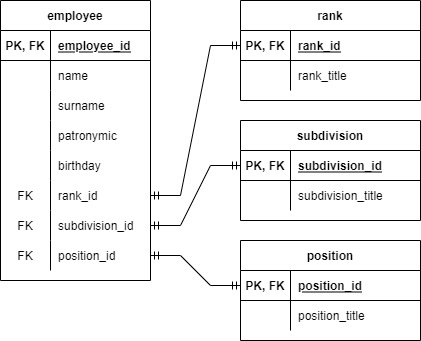
Before: Epic_1.drawio.png, a diagram exported from draw.io (Dyskop/rescue-hr). Source tidied: cells renumbered, new cells last; positions are measured from the earlier drawing's top-left corner, leaving out a move shared by most shapes. Source of this version:
```xml
<mxGraphModel>
  <root>
    <mxCell id="0" />
    <mxCell id="1" parent="0" />
    <mxCell id="2" value="employee" style="shape=table;startSize=30;rowLines=0;fontStyle=1;align=center;" parent="1" vertex="1">
      <mxGeometry width="150" height="280" as="geometry" />
    </mxCell>
    <mxCell id="3" style="shape=tableRow;horizontal=0;startSize=0;swimlaneHead=0;swimlaneBody=0;fillColor=none;top=0;left=0;right=0;bottom=1;" parent="2" vertex="1">
      <mxGeometry y="30" width="150" height="30" as="geometry" />
    </mxCell>
    <mxCell id="4" value="PK, FK" style="shape=partialRectangle;fillColor=none;top=0;left=0;bottom=0;right=0;fontStyle=1;overflow=hidden;" parent="3" vertex="1">
      <mxGeometry width="50" height="30" as="geometry" />
    </mxCell>
    <mxCell id="5" value="employee_id" style="shape=partialRectangle;fillColor=none;top=0;left=0;bottom=0;right=0;align=left;spacingLeft=6;fontStyle=5;overflow=hidden;" parent="3" vertex="1">
      <mxGeometry x="50" width="100" height="30" as="geometry" />
    </mxCell>
    <mxCell id="6" style="shape=tableRow;horizontal=0;startSize=0;swimlaneHead=0;swimlaneBody=0;fillColor=none;top=0;left=0;right=0;bottom=0;" parent="2" vertex="1">
      <mxGeometry y="60" width="150" height="30" as="geometry" />
    </mxCell>
    <mxCell id="7" style="shape=partialRectangle;fillColor=none;top=0;left=0;bottom=0;right=0;overflow=hidden;" parent="6" vertex="1">
      <mxGeometry width="50" height="30" as="geometry" />
    </mxCell>
    <mxCell id="8" value="name" style="shape=partialRectangle;fillColor=none;top=0;left=0;bottom=0;right=0;align=left;spacingLeft=6;overflow=hidden;" parent="6" vertex="1">
      <mxGeometry x="50" width="100" height="30" as="geometry" />
    </mxCell>
    <mxCell id="9" style="shape=tableRow;horizontal=0;startSize=0;swimlaneHead=0;swimlaneBody=0;fillColor=none;top=0;left=0;right=0;bottom=0;" parent="2" vertex="1">
      <mxGeometry y="90" width="150" height="30" as="geometry" />
    </mxCell>
    <mxCell id="10" style="shape=partialRectangle;fillColor=none;top=0;left=0;bottom=0;right=0;overflow=hidden;" parent="9" vertex="1">
      <mxGeometry width="50" height="30" as="geometry" />
    </mxCell>
    <mxCell id="11" value="surname" style="shape=partialRectangle;fillColor=none;top=0;left=0;bottom=0;right=0;align=left;spacingLeft=6;overflow=hidden;" parent="9" vertex="1">
      <mxGeometry x="50" width="100" height="30" as="geometry" />
    </mxCell>
    <mxCell id="12" style="shape=tableRow;horizontal=0;startSize=0;swimlaneHead=0;swimlaneBody=0;fillColor=none;top=0;left=0;right=0;bottom=0;" parent="2" vertex="1">
      <mxGeometry y="120" width="150" height="30" as="geometry" />
    </mxCell>
    <mxCell id="13" style="shape=partialRectangle;fillColor=none;top=0;left=0;bottom=0;right=0;overflow=hidden;" parent="12" vertex="1">
      <mxGeometry width="50" height="30" as="geometry" />
    </mxCell>
    <mxCell id="14" value="patronymic" style="shape=partialRectangle;fillColor=none;top=0;left=0;bottom=0;right=0;align=left;spacingLeft=6;overflow=hidden;" parent="12" vertex="1">
      <mxGeometry x="50" width="100" height="30" as="geometry" />
    </mxCell>
    <mxCell id="15" style="shape=tableRow;horizontal=0;startSize=0;swimlaneHead=0;swimlaneBody=0;fillColor=none;top=0;left=0;right=0;bottom=0;" parent="2" vertex="1">
      <mxGeometry y="150" width="150" height="30" as="geometry" />
    </mxCell>
    <mxCell id="16" style="shape=partialRectangle;fillColor=none;top=0;left=0;bottom=0;right=0;overflow=hidden;" parent="15" vertex="1">
      <mxGeometry width="50" height="30" as="geometry" />
    </mxCell>
    <mxCell id="17" value="birthday" style="shape=partialRectangle;fillColor=none;top=0;left=0;bottom=0;right=0;align=left;spacingLeft=6;overflow=hidden;" parent="15" vertex="1">
      <mxGeometry x="50" width="100" height="30" as="geometry" />
    </mxCell>
    <mxCell id="18" style="shape=tableRow;horizontal=0;startSize=0;swimlaneHead=0;swimlaneBody=0;fillColor=none;points=[[0,0.5],[1,0.5]];portConstraint=eastwest;top=0;left=0;right=0;bottom=0;" parent="2" vertex="1">
      <mxGeometry y="180" width="150" height="30" as="geometry" />
    </mxCell>
    <mxCell id="19" value="FK" style="shape=partialRectangle;fillColor=none;top=0;left=0;bottom=0;right=0;overflow=hidden;" parent="18" vertex="1">
      <mxGeometry width="50" height="30" as="geometry" />
    </mxCell>
    <mxCell id="20" value="rank_id" style="shape=partialRectangle;fillColor=none;top=0;left=0;bottom=0;right=0;align=left;spacingLeft=6;overflow=hidden;" parent="18" vertex="1">
      <mxGeometry x="50" width="100" height="30" as="geometry" />
    </mxCell>
    <mxCell id="21" style="shape=tableRow;horizontal=0;startSize=0;swimlaneHead=0;swimlaneBody=0;fillColor=none;points=[[0,0.5],[1,0.5]];portConstraint=eastwest;top=0;left=0;right=0;bottom=0;" parent="2" vertex="1">
      <mxGeometry y="210" width="150" height="30" as="geometry" />
    </mxCell>
    <mxCell id="22" value="FK" style="shape=partialRectangle;fillColor=none;top=0;left=0;bottom=0;right=0;overflow=hidden;" parent="21" vertex="1">
      <mxGeometry width="50" height="30" as="geometry" />
    </mxCell>
    <mxCell id="23" value="subdivision_id" style="shape=partialRectangle;fillColor=none;top=0;left=0;bottom=0;right=0;align=left;spacingLeft=6;overflow=hidden;" parent="21" vertex="1">
      <mxGeometry x="50" width="100" height="30" as="geometry" />
    </mxCell>
    <mxCell id="24" style="shape=tableRow;horizontal=0;startSize=0;swimlaneHead=0;swimlaneBody=0;fillColor=none;points=[[0,0.5],[1,0.5]];portConstraint=eastwest;top=0;left=0;right=0;bottom=0;" parent="2" vertex="1">
      <mxGeometry y="240" width="150" height="30" as="geometry" />
    </mxCell>
    <mxCell id="25" value="FK" style="shape=partialRectangle;fillColor=none;top=0;left=0;bottom=0;right=0;overflow=hidden;" parent="24" vertex="1">
      <mxGeometry width="50" height="30" as="geometry" />
    </mxCell>
    <mxCell id="26" value="position_id" style="shape=partialRectangle;fillColor=none;top=0;left=0;bottom=0;right=0;align=left;spacingLeft=6;overflow=hidden;" parent="24" vertex="1">
      <mxGeometry x="50" width="100" height="30" as="geometry" />
    </mxCell>
    <mxCell id="27" value="rank" style="shape=table;startSize=30;rowLines=0;fontStyle=1;align=center;" parent="1" vertex="1">
      <mxGeometry x="240" width="180" height="100" as="geometry" />
    </mxCell>
    <mxCell id="28" style="shape=tableRow;horizontal=0;startSize=0;swimlaneHead=0;swimlaneBody=0;fillColor=none;points=[[0,0.5],[1,0.5]];portConstraint=eastwest;top=0;left=0;right=0;bottom=1;" parent="27" vertex="1">
      <mxGeometry y="30" width="180" height="30" as="geometry" />
    </mxCell>
    <mxCell id="29" value="PK, FK" style="shape=partialRectangle;fillColor=none;top=0;left=0;bottom=0;right=0;fontStyle=1;overflow=hidden;" parent="28" vertex="1">
      <mxGeometry width="50" height="30" as="geometry" />
    </mxCell>
    <mxCell id="30" value="rank_id" style="shape=partialRectangle;fillColor=none;top=0;left=0;bottom=0;right=0;align=left;spacingLeft=6;fontStyle=5;overflow=hidden;" parent="28" vertex="1">
      <mxGeometry x="50" width="130" height="30" as="geometry" />
    </mxCell>
    <mxCell id="31" style="shape=tableRow;horizontal=0;startSize=0;swimlaneHead=0;swimlaneBody=0;fillColor=none;top=0;left=0;right=0;bottom=0;" parent="27" vertex="1">
      <mxGeometry y="60" width="180" height="30" as="geometry" />
    </mxCell>
    <mxCell id="32" style="shape=partialRectangle;fillColor=none;top=0;left=0;bottom=0;right=0;overflow=hidden;" parent="31" vertex="1">
      <mxGeometry width="50" height="30" as="geometry" />
    </mxCell>
    <mxCell id="33" value="rank_title" style="shape=partialRectangle;fillColor=none;top=0;left=0;bottom=0;right=0;align=left;spacingLeft=6;overflow=hidden;" parent="31" vertex="1">
      <mxGeometry x="50" width="130" height="30" as="geometry" />
    </mxCell>
    <mxCell id="34" value="subdivision" style="shape=table;startSize=30;rowLines=0;fontStyle=1;align=center;" parent="1" vertex="1">
      <mxGeometry x="240" y="120" width="180" height="100" as="geometry" />
    </mxCell>
    <mxCell id="35" style="shape=tableRow;horizontal=0;startSize=0;swimlaneHead=0;swimlaneBody=0;fillColor=none;points=[[0,0.5],[1,0.5]];portConstraint=eastwest;top=0;left=0;right=0;bottom=1;" parent="34" vertex="1">
      <mxGeometry y="30" width="180" height="30" as="geometry" />
    </mxCell>
    <mxCell id="36" value="PK, FK" style="shape=partialRectangle;fillColor=none;top=0;left=0;bottom=0;right=0;fontStyle=1;overflow=hidden;" parent="35" vertex="1">
      <mxGeometry width="50" height="30" as="geometry" />
    </mxCell>
    <mxCell id="37" value="subdivision_id" style="shape=partialRectangle;fillColor=none;top=0;left=0;bottom=0;right=0;align=left;spacingLeft=6;fontStyle=5;overflow=hidden;" parent="35" vertex="1">
      <mxGeometry x="50" width="130" height="30" as="geometry" />
    </mxCell>
    <mxCell id="38" style="shape=tableRow;horizontal=0;startSize=0;swimlaneHead=0;swimlaneBody=0;fillColor=none;top=0;left=0;right=0;bottom=0;" parent="34" vertex="1">
      <mxGeometry y="60" width="180" height="30" as="geometry" />
    </mxCell>
    <mxCell id="39" style="shape=partialRectangle;fillColor=none;top=0;left=0;bottom=0;right=0;overflow=hidden;" parent="38" vertex="1">
      <mxGeometry width="50" height="30" as="geometry" />
    </mxCell>
    <mxCell id="40" value="subdivision_title" style="shape=partialRectangle;fillColor=none;top=0;left=0;bottom=0;right=0;align=left;spacingLeft=6;overflow=hidden;" parent="38" vertex="1">
      <mxGeometry x="50" width="130" height="30" as="geometry" />
    </mxCell>
    <mxCell id="41" value="position" style="shape=table;startSize=30;rowLines=0;fontStyle=1;align=center;" parent="1" vertex="1">
      <mxGeometry x="240" y="240" width="180" height="100" as="geometry" />
    </mxCell>
    <mxCell id="42" style="shape=tableRow;horizontal=0;startSize=0;swimlaneHead=0;swimlaneBody=0;fillColor=none;points=[[0,0.5],[1,0.5]];portConstraint=eastwest;top=0;left=0;right=0;bottom=1;" parent="41" vertex="1">
      <mxGeometry y="30" width="180" height="30" as="geometry" />
    </mxCell>
    <mxCell id="43" value="PK, FK" style="shape=partialRectangle;fillColor=none;top=0;left=0;bottom=0;right=0;fontStyle=1;overflow=hidden;" parent="42" vertex="1">
      <mxGeometry width="50" height="30" as="geometry" />
    </mxCell>
    <mxCell id="44" value="position_id" style="shape=partialRectangle;fillColor=none;top=0;left=0;bottom=0;right=0;align=left;spacingLeft=6;fontStyle=5;overflow=hidden;" parent="42" vertex="1">
      <mxGeometry x="50" width="130" height="30" as="geometry" />
    </mxCell>
    <mxCell id="45" style="shape=tableRow;horizontal=0;startSize=0;swimlaneHead=0;swimlaneBody=0;fillColor=none;top=0;left=0;right=0;bottom=0;" parent="41" vertex="1">
      <mxGeometry y="60" width="180" height="30" as="geometry" />
    </mxCell>
    <mxCell id="46" style="shape=partialRectangle;fillColor=none;top=0;left=0;bottom=0;right=0;overflow=hidden;" parent="45" vertex="1">
      <mxGeometry width="50" height="30" as="geometry" />
    </mxCell>
    <mxCell id="47" value="position_title" style="shape=partialRectangle;fillColor=none;top=0;left=0;bottom=0;right=0;align=left;spacingLeft=6;overflow=hidden;" parent="45" vertex="1">
      <mxGeometry x="50" width="130" height="30" as="geometry" />
    </mxCell>
    <mxCell id="48" style="edgeStyle=entityRelationEdgeStyle;fontSize=12;html=1;endArrow=ERmandOne;startArrow=ERmandOne;rounded=0;entryX=0;entryY=0.5;entryDx=0;entryDy=0;exitX=1;exitY=0.5;exitDx=0;exitDy=0;" parent="1" edge="1" source="18" target="28">
      <mxGeometry relative="1" as="geometry" />
    </mxCell>
    <mxCell id="49" style="edgeStyle=entityRelationEdgeStyle;fontSize=12;html=1;endArrow=ERmandOne;startArrow=ERmandOne;rounded=0;entryX=0;entryY=0.5;entryDx=0;entryDy=0;exitX=1;exitY=0.5;exitDx=0;exitDy=0;" parent="1" edge="1" source="21" target="35">
      <mxGeometry relative="1" as="geometry" />
    </mxCell>
    <mxCell id="50" style="edgeStyle=entityRelationEdgeStyle;fontSize=12;html=1;endArrow=ERmandOne;startArrow=ERmandOne;rounded=0;exitX=1;exitY=0.5;exitDx=0;exitDy=0;entryX=0;entryY=0.5;entryDx=0;entryDy=0;" parent="1" edge="1" source="24" target="42">
      <mxGeometry relative="1" as="geometry" />
    </mxCell>
  </root>
</mxGraphModel>
```
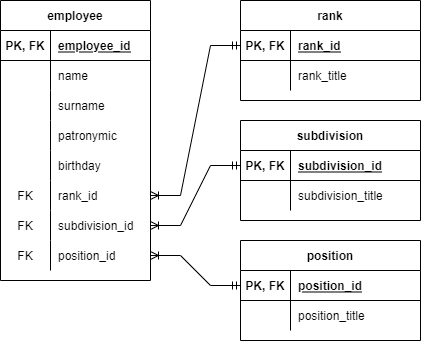
Above is the later version.

What changed in the source:
```diff
@@ -140,13 +140,13 @@
     <mxCell id="47" value="position_title" style="shape=partialRectangle;fillColor=none;top=0;left=0;bottom=0;right=0;align=left;spacingLeft=6;overflow=hidden;" parent="45" vertex="1">
       <mxGeometry x="50" width="130" height="30" as="geometry" />
     </mxCell>
-    <mxCell id="48" style="edgeStyle=entityRelationEdgeStyle;fontSize=12;html=1;endArrow=ERmandOne;startArrow=ERmandOne;rounded=0;entryX=0;entryY=0.5;entryDx=0;entryDy=0;exitX=1;exitY=0.5;exitDx=0;exitDy=0;" parent="1" edge="1" source="18" target="28">
+    <mxCell id="48" style="edgeStyle=entityRelationEdgeStyle;fontSize=12;html=1;endArrow=ERmandOne;startArrow=ERoneToMany;rounded=0;entryX=0;entryY=0.5;entryDx=0;entryDy=0;exitX=1;exitY=0.5;exitDx=0;exitDy=0;startFill=0;" parent="1" edge="1" source="18" target="28">
       <mxGeometry relative="1" as="geometry" />
     </mxCell>
-    <mxCell id="49" style="edgeStyle=entityRelationEdgeStyle;fontSize=12;html=1;endArrow=ERmandOne;startArrow=ERmandOne;rounded=0;entryX=0;entryY=0.5;entryDx=0;entryDy=0;exitX=1;exitY=0.5;exitDx=0;exitDy=0;" parent="1" edge="1" source="21" target="35">
+    <mxCell id="49" style="edgeStyle=entityRelationEdgeStyle;fontSize=12;html=1;endArrow=ERmandOne;startArrow=ERoneToMany;rounded=0;entryX=0;entryY=0.5;entryDx=0;entryDy=0;exitX=1;exitY=0.5;exitDx=0;exitDy=0;startFill=0;" parent="1" edge="1" source="21" target="35">
       <mxGeometry relative="1" as="geometry" />
     </mxCell>
-    <mxCell id="50" style="edgeStyle=entityRelationEdgeStyle;fontSize=12;html=1;endArrow=ERmandOne;startArrow=ERmandOne;rounded=0;exitX=1;exitY=0.5;exitDx=0;exitDy=0;entryX=0;entryY=0.5;entryDx=0;entryDy=0;" parent="1" edge="1" source="24" target="42">
+    <mxCell id="50" style="edgeStyle=entityRelationEdgeStyle;fontSize=12;html=1;endArrow=ERmandOne;startArrow=ERoneToMany;rounded=0;exitX=1;exitY=0.5;exitDx=0;exitDy=0;entryX=0;entryY=0.5;entryDx=0;entryDy=0;startFill=0;" parent="1" edge="1" source="24" target="42">
       <mxGeometry relative="1" as="geometry" />
     </mxCell>
   </root>
```
